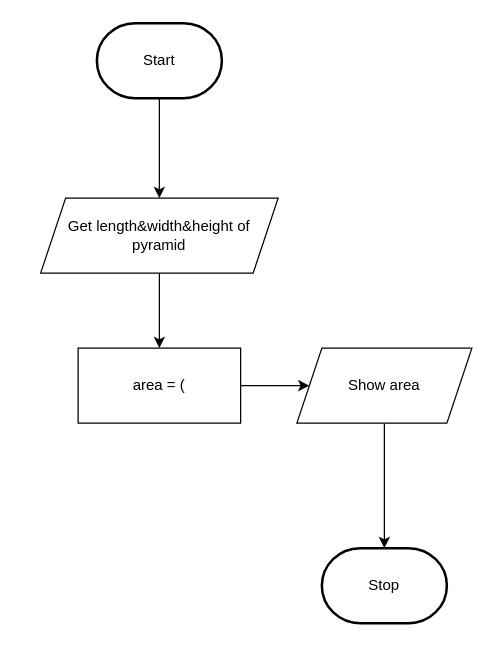
Above: design/flowchart.drawio in MTHS-ICD2O-1-2023/ICD2O-Unit-3-02-yoochan-han (draw.io), before the change. Source tidied: cells renumbered, new cells numbered last; positions are measured from the earlier drawing's top-left corner, leaving out a move shared by most shapes. Both pictures are drawn from the tidied source at 125%, with x=0, y=0 at pixel (40, 22).
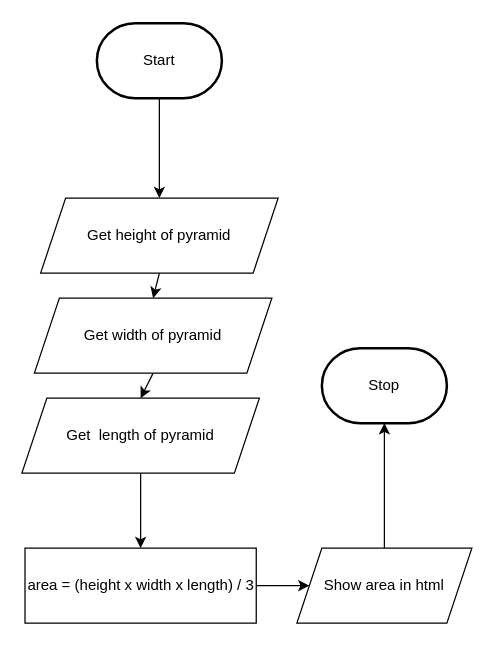
The same page after the edit.

Change to the diagram source:
```diff
@@
 <mxGraphModel>
   <root>
     <mxCell id="0" />
     <mxCell id="1" parent="0" />
     <mxCell id="2" style="edgeStyle=none;html=1;" parent="1" edge="1" source="3" target="6">
       <mxGeometry relative="1" as="geometry" />
     </mxCell>
     <mxCell id="3" value="Start" style="strokeWidth=2;html=1;shape=mxgraph.flowchart.terminator;whiteSpace=wrap;" parent="1" vertex="1">
       <mxGeometry x="45" width="100" height="60" as="geometry" />
     </mxCell>
     <mxCell id="4" value="Stop" style="strokeWidth=2;html=1;shape=mxgraph.flowchart.terminator;whiteSpace=wrap;" parent="1" vertex="1">
-      <mxGeometry x="225" y="420" width="100" height="60" as="geometry" />
+      <mxGeometry x="225" y="260" width="100" height="60" as="geometry" />
     </mxCell>
-    <mxCell id="5" style="edgeStyle=none;html=1;" parent="1" edge="1" source="6" target="8">
-      <mxGeometry relative="1" as="geometry" />
-    </mxCell>
+    <mxCell id="11" style="edgeStyle=none;html=1;exitX=0.5;exitY=1;exitDx=0;exitDy=0;entryX=0.5;entryY=0;entryDx=0;entryDy=0;" parent="1" edge="1" source="6" target="13">
+      <mxGeometry relative="1" as="geometry" />
+    </mxCell>
-    <mxCell id="6" value="Get length&amp;amp;width&amp;amp;height of pyramid" style="shape=parallelogram;perimeter=parallelogramPerimeter;whiteSpace=wrap;html=1;fixedSize=1;" parent="1" vertex="1">
+    <mxCell id="6" value="Get height of pyramid" style="shape=parallelogram;perimeter=parallelogramPerimeter;whiteSpace=wrap;html=1;fixedSize=1;" parent="1" vertex="1">
       <mxGeometry y="140" width="190" height="60" as="geometry" />
     </mxCell>
     <mxCell id="7" style="edgeStyle=none;html=1;" parent="1" edge="1" source="8" target="10">
       <mxGeometry relative="1" as="geometry" />
     </mxCell>
-    <mxCell id="8" value="area = (" style="rounded=0;whiteSpace=wrap;html=1;" parent="1" vertex="1">
-      <mxGeometry x="30" y="260" width="130" height="60" as="geometry" />
+    <mxCell id="8" value="area = (height x width x length) / 3" style="rounded=0;whiteSpace=wrap;html=1;" parent="1" vertex="1">
+      <mxGeometry x="-12.5" y="420" width="185" height="60" as="geometry" />
     </mxCell>
-    <mxCell id="9" style="edgeStyle=none;html=1;entryX=0.5;entryY=0;entryDx=0;entryDy=0;entryPerimeter=0;" parent="1" edge="1" source="10" target="4">
+    <mxCell id="9" style="edgeStyle=none;html=1;exitX=0.5;exitY=0;exitDx=0;exitDy=0;entryX=0.5;entryY=1;entryDx=0;entryDy=0;entryPerimeter=0;" parent="1" edge="1" source="10" target="4">
       <mxGeometry relative="1" as="geometry" />
     </mxCell>
-    <mxCell id="10" value="Show area" style="shape=parallelogram;perimeter=parallelogramPerimeter;whiteSpace=wrap;html=1;fixedSize=1;" parent="1" vertex="1">
-      <mxGeometry x="205" y="260" width="140" height="60" as="geometry" />
+    <mxCell id="10" value="Show area in html" style="shape=parallelogram;perimeter=parallelogramPerimeter;whiteSpace=wrap;html=1;fixedSize=1;" parent="1" vertex="1">
+      <mxGeometry x="205" y="420" width="140" height="60" as="geometry" />
     </mxCell>
+    <mxCell id="12" style="edgeStyle=none;html=1;exitX=0.5;exitY=1;exitDx=0;exitDy=0;entryX=0.5;entryY=0;entryDx=0;entryDy=0;" parent="1" edge="1" source="13" target="15">
+      <mxGeometry relative="1" as="geometry" />
+    </mxCell>
+    <mxCell id="13" value="Get width of pyramid" style="shape=parallelogram;perimeter=parallelogramPerimeter;whiteSpace=wrap;html=1;fixedSize=1;" parent="1" vertex="1">
+      <mxGeometry x="-5" y="220" width="190" height="60" as="geometry" />
+    </mxCell>
+    <mxCell id="14" style="edgeStyle=none;html=1;entryX=0.5;entryY=0;entryDx=0;entryDy=0;" parent="1" edge="1" source="15" target="8">
+      <mxGeometry relative="1" as="geometry" />
+    </mxCell>
+    <mxCell id="15" value="Get&amp;nbsp; length of pyramid" style="shape=parallelogram;perimeter=parallelogramPerimeter;whiteSpace=wrap;html=1;fixedSize=1;" parent="1" vertex="1">
+      <mxGeometry x="-15" y="300" width="190" height="60" as="geometry" />
+    </mxCell>
   </root>
 </mxGraphModel>
```
